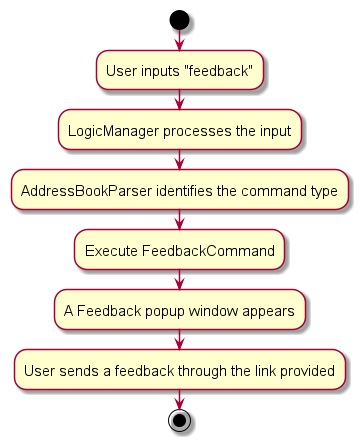
The PlantUML diagram docs/images/FeedbackActivityDiagram.png in tanteckfang/tp, before a commit. Source of this version:
```plantuml
@startuml
skin rose
skinparam ActivityFontSize 15
skinparam ArrowFontSize 12

start

:User inputs "feedback";

:LogicManager processes the input;

:AddressBookParser identifies the command type;

:Execute FeedbackCommand;

:A Feedback popup window appears;

:User sends a feedback through the link provided;

stop

@enduml
```
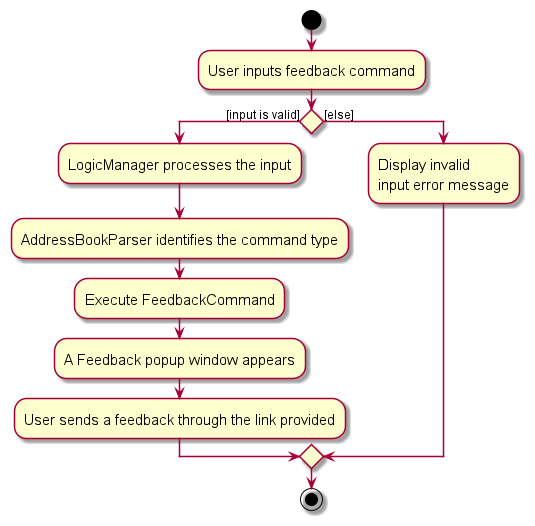
After the change.

Diff of the diagram source:
```diff
@@ -5,18 +5,23 @@
 
 start
 
-:User inputs "feedback";
+:User inputs feedback command;
 
-:LogicManager processes the input;
+if () then ([input is valid])
 
-:AddressBookParser identifies the command type;
+    :LogicManager processes the input;
 
-:Execute FeedbackCommand;
+    :AddressBookParser identifies the command type;
 
-:A Feedback popup window appears;
+    :Execute FeedbackCommand;
 
-:User sends a feedback through the link provided;
+    :A Feedback popup window appears;
 
+    :User sends a feedback through the link provided;
+else ([else])
+:Display invalid \ninput error message;
+
+endif
 stop
 
 @enduml
```
